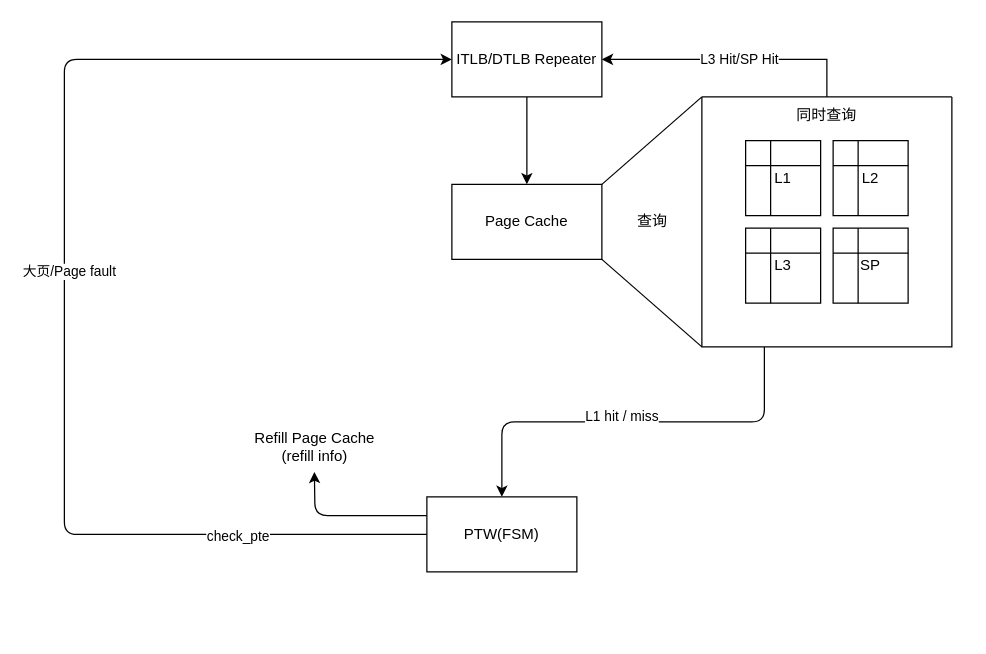
This is 未命名绘图.drawio from mingerfan/drawiorepo, a draw.io file, before an edit. Source tidied: cells renumbered, new cells numbered last; positions are measured from the earlier drawing's top-left corner, leaving out a move shared by most shapes. Both pictures are drawn from the tidied source at 125%, with x=0, y=0 at pixel (64, 21).
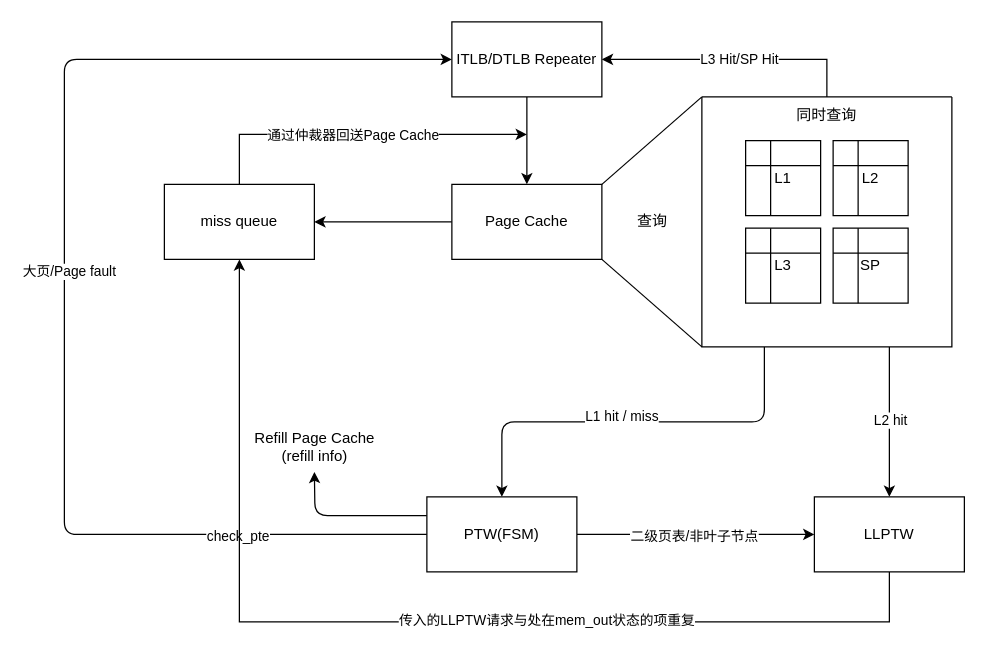
Above is the later version.

Commit message:
初步的完整框图

The change refers to these unchanged cells:
```xml
<mxCell id="4" value="Page Cache" style="rounded=0;whiteSpace=wrap;html=1;" parent="1" vertex="1">
  <mxGeometry x="310" y="130" width="120" height="60" as="geometry" />
</mxCell>
<mxCell id="9" style="swimlane;startSize=0;rounded=0;" parent="1" vertex="1">
  <mxGeometry x="510" y="60" width="200" height="200" as="geometry" />
</mxCell>
<mxCell id="22" value="PTW(FSM)" style="rounded=0;whiteSpace=wrap;html=1;" parent="1" vertex="1">
  <mxGeometry x="290" y="380" width="120" height="60" as="geometry" />
</mxCell>
```

What changed in the source:
```diff
@@
+    <mxCell id="24" style="edgeStyle=orthogonalEdgeStyle;rounded=0;jettySize=auto;html=1;exitX=0;exitY=0.5;exitDx=0;exitDy=0;" parent="1" edge="1" source="4" target="34">
+      <mxGeometry relative="1" as="geometry" />
+    </mxCell>
@@
+    <mxCell id="25" style="edgeStyle=orthogonalEdgeStyle;rounded=0;jettySize=auto;html=1;exitX=0.75;exitY=1;exitDx=0;exitDy=0;" parent="1" edge="1" source="9" target="31">
+      <mxGeometry relative="1" as="geometry" />
+    </mxCell>
+    <mxCell id="26" value="&lt;div&gt;L2 hit&lt;/div&gt;" style="edgeLabel;html=1;align=center;verticalAlign=middle;" parent="25" vertex="1">
+      <mxGeometry x="-0.03" relative="1" as="geometry" />
+    </mxCell>
@@
+    <mxCell id="27" style="edgeStyle=orthogonalEdgeStyle;rounded=0;jettySize=auto;html=1;exitX=1;exitY=0.5;exitDx=0;exitDy=0;" parent="1" edge="1" source="22" target="31">
+      <mxGeometry relative="1" as="geometry" />
+    </mxCell>
+    <mxCell id="28" value="二级页表/非叶子节点" style="edgeLabel;html=1;align=center;verticalAlign=middle;" parent="27" vertex="1">
+      <mxGeometry x="-0.02" y="-1" relative="1" as="geometry" />
+    </mxCell>
@@
+    <mxCell id="29" style="edgeStyle=orthogonalEdgeStyle;rounded=0;jettySize=auto;html=1;exitX=0.5;exitY=1;exitDx=0;exitDy=0;entryX=0.5;entryY=1;entryDx=0;entryDy=0;" parent="1" edge="1" source="31" target="34">
+      <mxGeometry relative="1" as="geometry">
+        <Array as="points">
+          <mxPoint x="660" y="480" />
+          <mxPoint x="140" y="480" />
+        </Array>
+      </mxGeometry>
+    </mxCell>
+    <mxCell id="30" value="传入的LLPTW请求与处在mem_out状态的项重复" style="edgeLabel;html=1;align=center;verticalAlign=middle;" parent="29" vertex="1">
+      <mxGeometry x="-0.26" y="-2" relative="1" as="geometry" />
+    </mxCell>
+    <mxCell id="31" value="LLPTW" style="rounded=0;whiteSpace=wrap;html=1;" parent="1" vertex="1">
+      <mxGeometry x="600" y="380" width="120" height="60" as="geometry" />
+    </mxCell>
+    <mxCell id="32" style="edgeStyle=orthogonalEdgeStyle;rounded=0;jettySize=auto;html=1;exitX=0.5;exitY=0;exitDx=0;exitDy=0;" parent="1" edge="1" source="34">
+      <mxGeometry relative="1" as="geometry">
+        <mxPoint x="370" y="90" as="targetPoint" />
+        <Array as="points">
+          <mxPoint x="140" y="90" />
+        </Array>
+      </mxGeometry>
+    </mxCell>
+    <mxCell id="33" value="通过仲裁器回送Page Cache" style="edgeLabel;html=1;align=center;verticalAlign=middle;" parent="32" vertex="1">
+      <mxGeometry x="-0.35" relative="1" as="geometry">
+        <mxPoint x="42" as="offset" />
+      </mxGeometry>
+    </mxCell>
+    <mxCell id="34" value="miss queue" style="rounded=0;whiteSpace=wrap;html=1;" parent="1" vertex="1">
+      <mxGeometry x="80" y="130" width="120" height="60" as="geometry" />
+    </mxCell>
```
